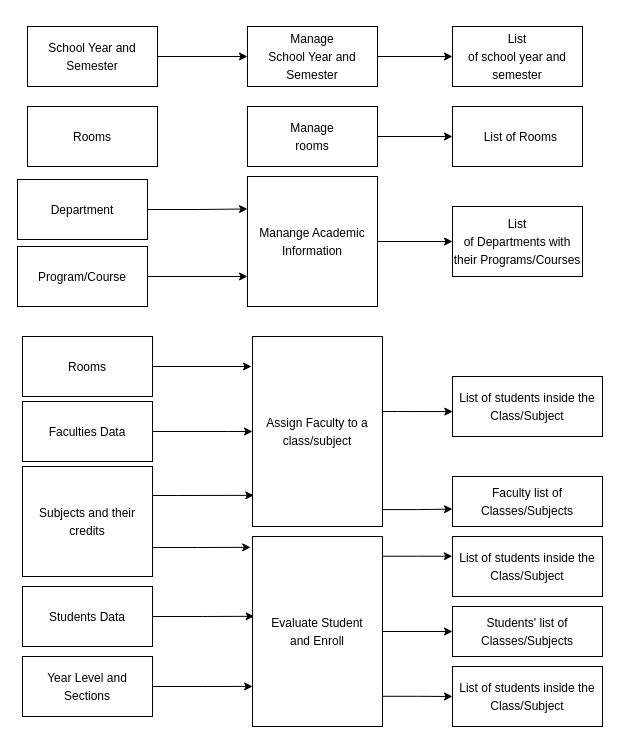
Above: IPO new enrollment.drawio in gebeOCC/diagrams (draw.io), before the change. Source tidied: cells renumbered, new cells numbered last; positions are measured from the earlier drawing's top-left corner, leaving out a move shared by most shapes. Both pictures are drawn from the tidied source at 100%, with x=0, y=0 at pixel (17, 26).
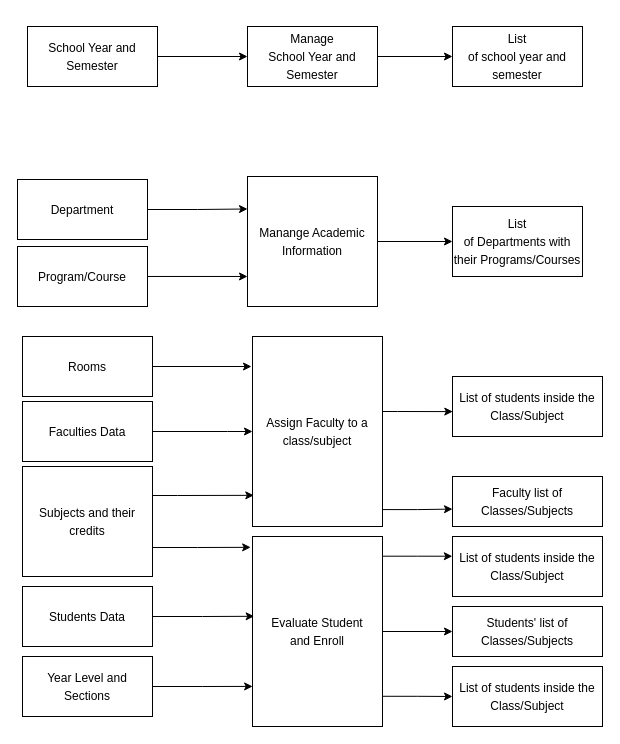
After the change.

The edit, as a diff of the source:
```diff
@@
-    <mxCell id="7" value="&lt;p style=&quot;line-height:150%&quot; class=&quot;MsoNormal&quot;&gt;Rooms&lt;b&gt;&lt;/b&gt;&lt;/p&gt;" style="rounded=0;whiteSpace=wrap;html=1;" parent="1" vertex="1">
-      <mxGeometry x="10" y="80" width="130" height="60" as="geometry" />
-    </mxCell>
@@
-    <mxCell id="9" value="&lt;p style=&quot;line-height:150%&quot; class=&quot;MsoNormal&quot;&gt;Department&lt;b&gt;&lt;/b&gt;&lt;/p&gt;" style="rounded=0;whiteSpace=wrap;html=1;" parent="1" vertex="1">
+    <mxCell id="9" value="&lt;p style=&quot;line-height:150%&quot; class=&quot;MsoNormal&quot;&gt;Department&lt;br&gt;&lt;/p&gt;" style="rounded=0;whiteSpace=wrap;html=1;" parent="1" vertex="1">
       <mxGeometry y="153" width="130" height="60" as="geometry" />
     </mxCell>
@@
-    <mxCell id="15" style="edgeStyle=orthogonalEdgeStyle;rounded=0;jettySize=auto;html=1;entryX=0;entryY=0.5;entryDx=0;entryDy=0;" parent="1" edge="1" source="16" target="20">
-      <mxGeometry relative="1" as="geometry" />
-    </mxCell>
-    <mxCell id="16" value="&lt;p style=&quot;line-height: 150%;&quot; align=&quot;center&quot; class=&quot;MsoNormal&quot;&gt;Manage&lt;br/&gt;rooms&lt;/p&gt;" style="rounded=0;whiteSpace=wrap;html=1;" parent="1" vertex="1">
-      <mxGeometry x="230" y="80" width="130" height="60" as="geometry" />
-    </mxCell>
@@
-    <mxCell id="20" value="&lt;p style=&quot;line-height:150%&quot; class=&quot;MsoNormal&quot;&gt;&amp;nbsp; List of Rooms&lt;/p&gt;" style="rounded=0;whiteSpace=wrap;html=1;" parent="1" vertex="1">
-      <mxGeometry x="435" y="80" width="130" height="60" as="geometry" />
-    </mxCell>
```
